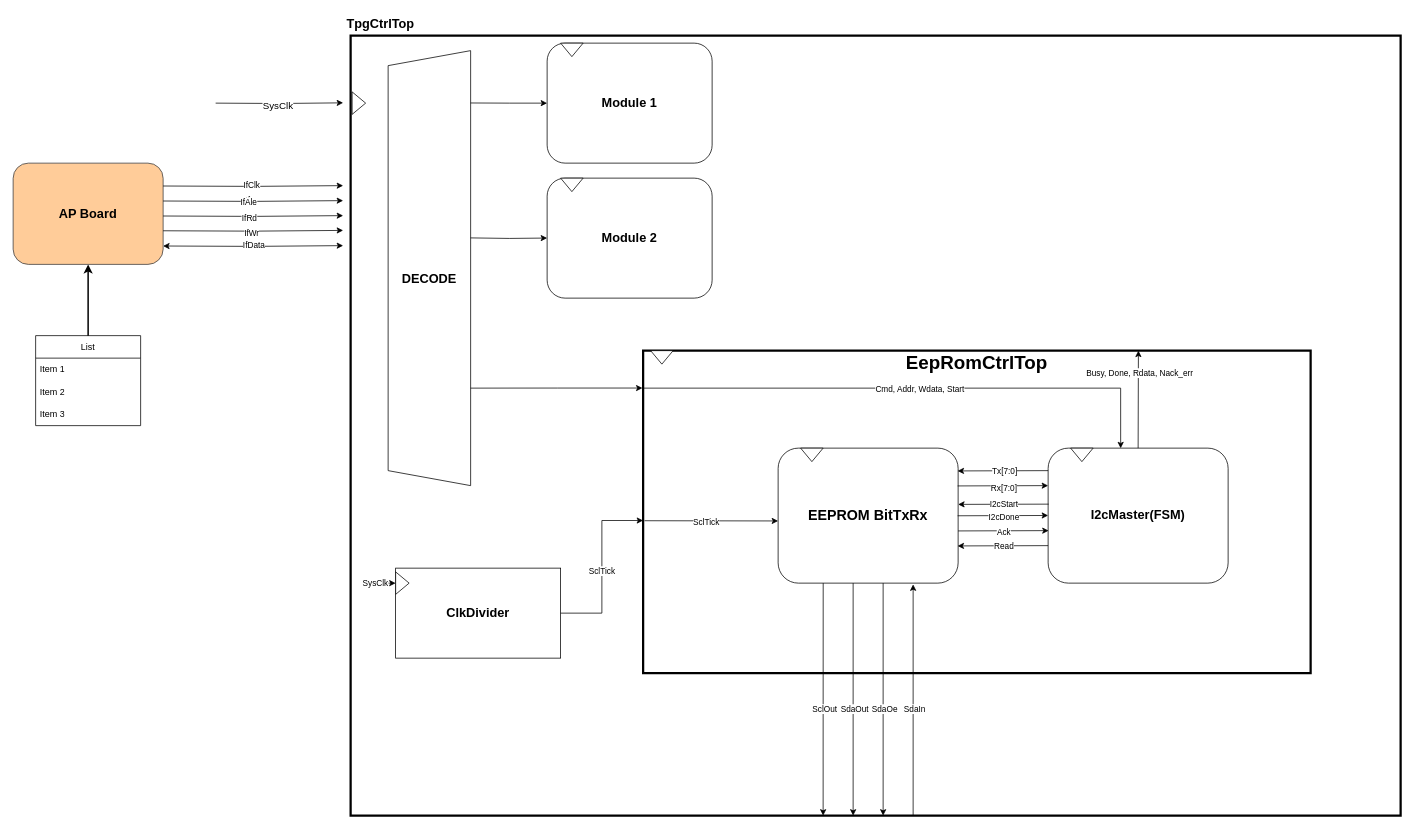
Before: 참고사항/TpgCtrlTop_Block_Diagram.drawio in chanwon1012-cmd/VHDL-EEPROM, a draw.io diagram. Source tidied: cells renumbered, new cells numbered last; positions are measured from the earlier drawing's top-left corner, leaving out a move shared by most shapes. Both pictures are drawn from the tidied source at 75%, with x=0, y=0 at pixel (13, 13).
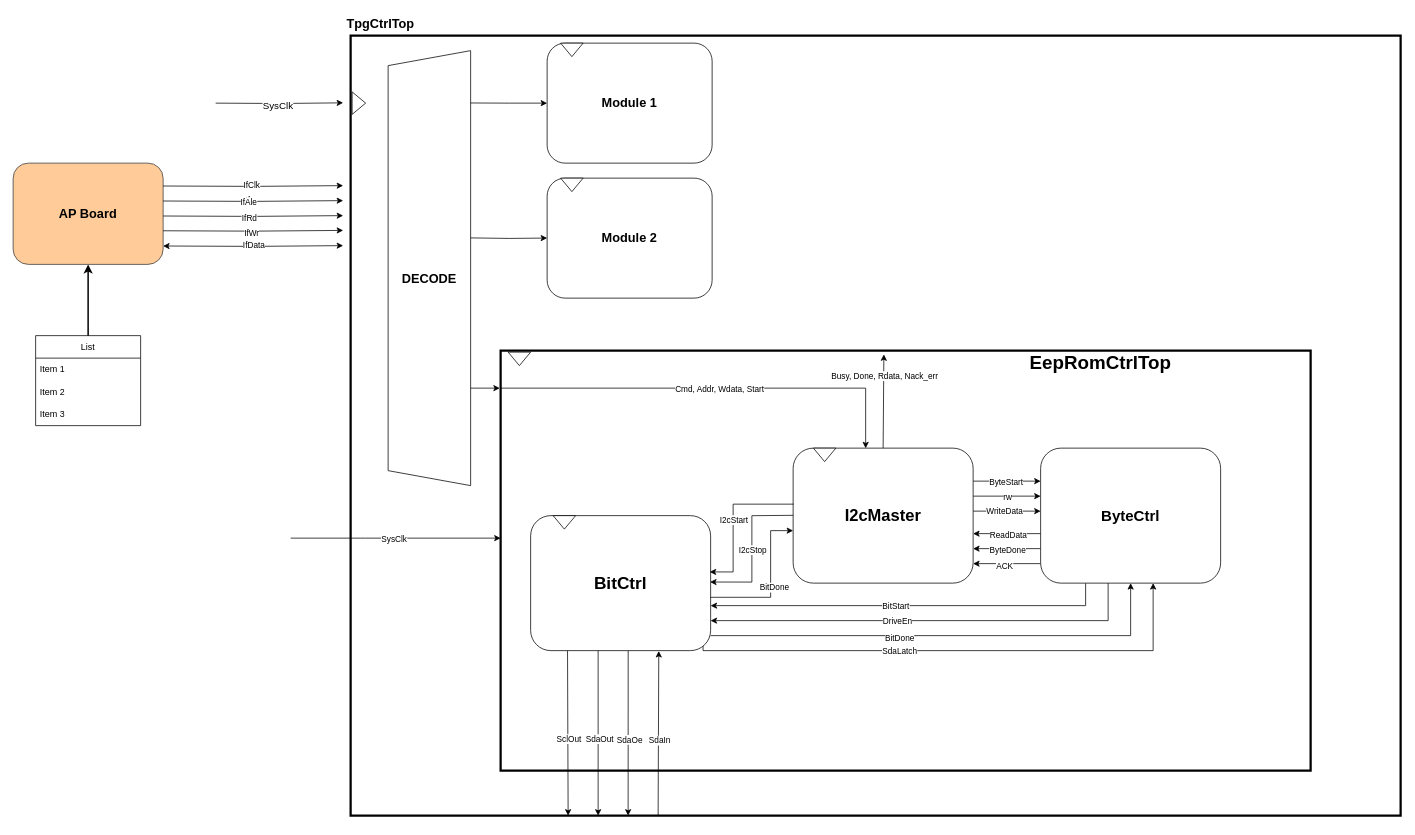
Above is the later version.

The edit, as a diff of the source:
```diff
@@
+    <mxCell id="29" style="rounded=0;whiteSpace=wrap;html=1;fillColor=none;strokeWidth=3;" parent="1" vertex="1">
+      <mxGeometry x="650" y="450" width="1080" height="560" as="geometry" />
+    </mxCell>
@@
-    <mxCell id="25" style="edgeStyle=orthogonalEdgeStyle;rounded=0;jettySize=auto;html=1;endArrow=none;endFill=0;startArrow=classic;startFill=1;" parent="1" edge="1" source="27">
+    <mxCell id="25" style="edgeStyle=orthogonalEdgeStyle;rounded=0;orthogonalLoop=1;jettySize=auto;html=1;endArrow=none;endFill=0;startArrow=classic;startFill=1;" parent="1" edge="1">
       <mxGeometry relative="1" as="geometry">
-        <mxPoint x="470" y="760" as="targetPoint" />
+        <mxPoint x="650" y="700" as="sourcePoint" />
+        <mxPoint x="370" y="700" as="targetPoint" />
         <Array as="points">
-          <mxPoint x="490" y="760" />
-          <mxPoint x="490" y="760" />
+          <mxPoint x="470" y="700" />
+          <mxPoint x="470" y="700" />
         </Array>
       </mxGeometry>
     </mxCell>
     <mxCell id="26" value="SysClk" style="edgeLabel;html=1;align=center;verticalAlign=middle;" parent="25" vertex="1">
-      <mxGeometry x="0.38" y="-1" relative="1" as="geometry" />
+      <mxGeometry x="0.38" y="-1" relative="1" as="geometry">
+        <mxPoint x="50" y="1" as="offset" />
+      </mxGeometry>
     </mxCell>
-    <mxCell id="27" value="&lt;b&gt;&lt;font style=&quot;font-size: 17px;&quot;&gt;ClkDivider&lt;/font&gt;&lt;/b&gt;" style="rounded=0;whiteSpace=wrap;html=1;" parent="1" vertex="1">
-      <mxGeometry x="510" y="740" width="220" height="120" as="geometry" />
-    </mxCell>
-    <mxCell id="28" style="group;" parent="1" vertex="1">
-      <mxGeometry x="840" y="440" width="890" height="430" as="geometry" />
-    </mxCell>
-    <mxCell id="29" style="rounded=0;whiteSpace=wrap;html=1;fillColor=none;strokeWidth=3;" parent="28" vertex="1">
-      <mxGeometry y="10" width="890" height="430" as="geometry" />
-    </mxCell>
-    <mxCell id="30" value="&lt;b style=&quot;&quot;&gt;&lt;font style=&quot;font-size: 25px;&quot;&gt;EepRomCtrlTop&lt;/font&gt;&lt;/b&gt;" style="text;html=1;whiteSpace=wrap;strokeColor=none;fillColor=none;align=center;verticalAlign=middle;rounded=0;" parent="28" vertex="1">
-      <mxGeometry x="415" y="10" width="60" height="30" as="geometry" />
-    </mxCell>
-    <mxCell id="31" value="&lt;font style=&quot;font-size: 17px;&quot;&gt;&lt;b&gt;I2cMaster(FSM)&lt;/b&gt;&lt;/font&gt;" style="rounded=1;whiteSpace=wrap;html=1;" parent="28" vertex="1">
-      <mxGeometry x="540" y="140" width="240" height="180" as="geometry" />
-    </mxCell>
-    <mxCell id="32" value="&lt;b&gt;&lt;font style=&quot;font-size: 19px;&quot;&gt;EEPROM BitTxRx&lt;/font&gt;&lt;/b&gt;" style="rounded=1;whiteSpace=wrap;html=1;" parent="28" vertex="1">
-      <mxGeometry x="180" y="140" width="240" height="180" as="geometry" />
-    </mxCell>
-    <mxCell id="33" style="endArrow=classic;html=1;rounded=0;exitX=0.002;exitY=0.553;exitDx=0;exitDy=0;exitPerimeter=0;" parent="28" edge="1">
-      <mxGeometry relative="1" as="geometry">
-        <mxPoint x="1.8" y="236.8" as="sourcePoint" />
-        <mxPoint x="180" y="237.1" as="targetPoint" />
-      </mxGeometry>
-    </mxCell>
-    <mxCell id="34" value="SclTick" style="edgeLabel;html=1;align=center;verticalAlign=middle;" parent="33" vertex="1">
-      <mxGeometry x="-0.08" y="-2" relative="1" as="geometry" />
-    </mxCell>
-    <mxCell id="35" style="endArrow=classic;html=1;rounded=0;entryX=0.998;entryY=0.325;entryDx=0;entryDy=0;entryPerimeter=0;exitX=0.001;exitY=0.323;exitDx=0;exitDy=0;exitPerimeter=0;" parent="28" edge="1">
-      <mxGeometry relative="1" as="geometry">
-        <mxPoint x="540" y="170" as="sourcePoint" />
-        <mxPoint x="419.3" y="170.4" as="targetPoint" />
-      </mxGeometry>
-    </mxCell>
-    <mxCell id="36" value="Tx[7:0]" style="edgeLabel;html=1;align=center;verticalAlign=middle;" parent="35" vertex="1">
-      <mxGeometry x="0.1" relative="1" as="geometry">
-        <mxPoint x="7" as="offset" />
-      </mxGeometry>
-    </mxCell>
-    <mxCell id="37" style="endArrow=none;html=1;rounded=0;entryX=0.998;entryY=0.325;entryDx=0;entryDy=0;entryPerimeter=0;exitX=0.001;exitY=0.323;exitDx=0;exitDy=0;exitPerimeter=0;startArrow=classic;startFill=1;endFill=0;" parent="28" edge="1">
-      <mxGeometry relative="1" as="geometry">
-        <mxPoint x="540" y="190" as="sourcePoint" />
-        <mxPoint x="419.3" y="190.4" as="targetPoint" />
-      </mxGeometry>
-    </mxCell>
-    <mxCell id="38" value="Rx[7:0]" style="edgeLabel;html=1;align=center;verticalAlign=middle;" parent="37" vertex="1">
-      <mxGeometry x="0.18" y="2" relative="1" as="geometry">
-        <mxPoint x="11" as="offset" />
-      </mxGeometry>
-    </mxCell>
-    <mxCell id="39" style="endArrow=classic;html=1;rounded=0;entryX=0.998;entryY=0.325;entryDx=0;entryDy=0;entryPerimeter=0;exitX=0.001;exitY=0.323;exitDx=0;exitDy=0;exitPerimeter=0;" parent="28" edge="1">
-      <mxGeometry relative="1" as="geometry">
-        <mxPoint x="540.7" y="214.7" as="sourcePoint" />
-        <mxPoint x="420" y="215" as="targetPoint" />
-      </mxGeometry>
-    </mxCell>
-    <mxCell id="40" value="I2cStart" style="edgeLabel;html=1;align=center;verticalAlign=middle;" parent="39" vertex="1">
-      <mxGeometry relative="1" as="geometry" />
-    </mxCell>
-    <mxCell id="41" style="triangle;whiteSpace=wrap;html=1;shapeInside=1;direction=south;" parent="28" vertex="1">
-      <mxGeometry x="570" y="140" width="30" height="18" as="geometry" />
-    </mxCell>
-    <mxCell id="42" style="triangle;whiteSpace=wrap;html=1;shapeInside=1;direction=south;" parent="28" vertex="1">
-      <mxGeometry x="210" y="140" width="30" height="18" as="geometry" />
-    </mxCell>
-    <mxCell id="43" style="triangle;whiteSpace=wrap;html=1;shapeInside=1;direction=south;" parent="28" vertex="1">
-      <mxGeometry x="10" y="10" width="30" height="18" as="geometry" />
-    </mxCell>
-    <mxCell id="44" style="endArrow=none;html=1;rounded=0;entryX=0.998;entryY=0.325;entryDx=0;entryDy=0;entryPerimeter=0;exitX=0.001;exitY=0.323;exitDx=0;exitDy=0;exitPerimeter=0;startArrow=classic;startFill=1;endFill=0;" parent="28" edge="1">
-      <mxGeometry relative="1" as="geometry">
-        <mxPoint x="540.7" y="250" as="sourcePoint" />
-        <mxPoint x="420" y="250.4" as="targetPoint" />
-      </mxGeometry>
-    </mxCell>
-    <mxCell id="45" value="Ack" style="edgeLabel;html=1;align=center;verticalAlign=middle;" parent="44" vertex="1">
-      <mxGeometry x="0.05" y="1" relative="1" as="geometry">
-        <mxPoint x="3" as="offset" />
-      </mxGeometry>
-    </mxCell>
-    <mxCell id="46" style="endArrow=classic;html=1;rounded=0;entryX=0.998;entryY=0.325;entryDx=0;entryDy=0;entryPerimeter=0;exitX=0.001;exitY=0.323;exitDx=0;exitDy=0;exitPerimeter=0;startArrow=none;startFill=0;endFill=1;" parent="28" edge="1">
-      <mxGeometry relative="1" as="geometry">
-        <mxPoint x="540" y="270" as="sourcePoint" />
-        <mxPoint x="419.3" y="270.4" as="targetPoint" />
-      </mxGeometry>
-    </mxCell>
-    <mxCell id="47" value="Read" style="edgeLabel;html=1;align=center;verticalAlign=middle;" parent="46" vertex="1">
-      <mxGeometry relative="1" as="geometry" />
-    </mxCell>
-    <mxCell id="48" style="endArrow=none;html=1;rounded=0;entryX=0.998;entryY=0.325;entryDx=0;entryDy=0;entryPerimeter=0;exitX=0.001;exitY=0.323;exitDx=0;exitDy=0;exitPerimeter=0;startArrow=classic;startFill=1;endFill=0;" parent="28" edge="1">
-      <mxGeometry relative="1" as="geometry">
-        <mxPoint x="540" y="229.8" as="sourcePoint" />
-        <mxPoint x="419.3" y="230.2" as="targetPoint" />
-      </mxGeometry>
-    </mxCell>
-    <mxCell id="49" value="I2cDone" style="edgeLabel;html=1;align=center;verticalAlign=middle;" parent="48" vertex="1">
-      <mxGeometry x="0.05" y="1" relative="1" as="geometry">
-        <mxPoint x="3" as="offset" />
-      </mxGeometry>
-    </mxCell>
-    <mxCell id="50" style="endArrow=classic;html=1;rounded=0;entryX=0.742;entryY=0;entryDx=0;entryDy=0;entryPerimeter=0;" parent="28" edge="1" target="29">
-      <mxGeometry relative="1" as="geometry">
-        <mxPoint x="660" y="140" as="sourcePoint" />
-      </mxGeometry>
-    </mxCell>
-    <mxCell id="51" value="Busy, Done, Rdata, Nack_err" style="edgeLabel;html=1;align=center;verticalAlign=middle;" parent="50" vertex="1">
-      <mxGeometry x="0.55" y="-1" relative="1" as="geometry" />
-    </mxCell>
@@
-    <mxCell id="54" style="triangle;whiteSpace=wrap;html=1;shapeInside=1;" parent="1" vertex="1">
-      <mxGeometry x="510" y="745" width="18" height="30" as="geometry" />
-    </mxCell>
-    <mxCell id="55" style="edgeStyle=orthogonalEdgeStyle;rounded=0;jettySize=auto;html=1;" parent="1" edge="1" source="27">
-      <mxGeometry relative="1" as="geometry">
-        <mxPoint x="840" y="676.5" as="targetPoint" />
-        <Array as="points">
-          <mxPoint x="785" y="800" />
-          <mxPoint x="785" y="676.5" />
-        </Array>
-      </mxGeometry>
-    </mxCell>
-    <mxCell id="56" value="SclTick" style="edgeLabel;html=1;align=center;verticalAlign=middle;" parent="55" vertex="1">
-      <mxGeometry x="-0.04" y="1" relative="1" as="geometry" />
-    </mxCell>
@@
-    <mxCell id="61" style="edgeStyle=orthogonalEdgeStyle;rounded=0;jettySize=auto;html=1;exitX=-0.001;exitY=0.116;exitDx=0;exitDy=0;startArrow=classic;startFill=1;endArrow=none;endFill=0;exitPerimeter=0;" parent="1" edge="1" source="29">
+    <mxCell id="61" style="edgeStyle=orthogonalEdgeStyle;rounded=0;orthogonalLoop=1;jettySize=auto;html=1;startArrow=classic;startFill=1;endArrow=none;endFill=0;" parent="1" edge="1">
       <mxGeometry relative="1" as="geometry">
+        <mxPoint x="648.9" y="500" as="sourcePoint" />
         <mxPoint x="610" y="500" as="targetPoint" />
+        <Array as="points">
+          <mxPoint x="648.9" y="500" />
+        </Array>
       </mxGeometry>
     </mxCell>
-    <mxCell id="62" style="endArrow=classic;html=1;rounded=0;startArrow=none;startFill=0;" parent="1" edge="1">
+    <mxCell id="62" style="endArrow=classic;html=1;rounded=0;startArrow=none;startFill=0;exitX=0.375;exitY=0.98;exitDx=0;exitDy=0;exitPerimeter=0;" parent="1" edge="1" source="32">
       <mxGeometry relative="1" as="geometry">
-        <mxPoint x="1120" y="760" as="sourcePoint" />
-        <mxPoint x="1120" y="1070" as="targetPoint" />
+        <mxPoint x="780" y="1070" as="targetPoint" />
       </mxGeometry>
     </mxCell>
@@
-    <mxCell id="64" style="endArrow=classic;html=1;rounded=0;" parent="1" edge="1">
+    <mxCell id="64" style="endArrow=classic;html=1;rounded=0;exitX=0.205;exitY=0.984;exitDx=0;exitDy=0;exitPerimeter=0;" parent="1" edge="1" source="32">
       <mxGeometry relative="1" as="geometry">
-        <mxPoint x="1080.1" y="760" as="sourcePoint" />
-        <mxPoint x="1080" y="1070" as="targetPoint" />
+        <mxPoint x="740" y="1070" as="targetPoint" />
       </mxGeometry>
     </mxCell>
@@
-    <mxCell id="66" style="endArrow=classic;html=1;rounded=0;startArrow=none;startFill=0;" parent="1" edge="1">
+    <mxCell id="66" style="endArrow=classic;html=1;rounded=0;startArrow=none;startFill=0;exitX=0.542;exitY=0.998;exitDx=0;exitDy=0;exitPerimeter=0;" parent="1" edge="1" source="32">
       <mxGeometry relative="1" as="geometry">
-        <mxPoint x="1160" y="760" as="sourcePoint" />
-        <mxPoint x="1160" y="1070" as="targetPoint" />
+        <mxPoint x="820" y="1070" as="targetPoint" />
       </mxGeometry>
     </mxCell>
@@
-    <mxCell id="68" style="endArrow=none;html=1;rounded=0;startArrow=classic;startFill=1;endFill=0;" parent="1" edge="1">
+    <mxCell id="68" style="endArrow=none;html=1;rounded=0;startArrow=classic;startFill=1;endFill=0;exitX=0.712;exitY=1.003;exitDx=0;exitDy=0;exitPerimeter=0;" parent="1" edge="1" source="32">
       <mxGeometry relative="1" as="geometry">
-        <mxPoint x="1200" y="761.7" as="sourcePoint" />
-        <mxPoint x="1200" y="1070" as="targetPoint" />
+        <mxPoint x="860" y="1070" as="targetPoint" />
       </mxGeometry>
     </mxCell>
@@
     <mxCell id="70" style="edgeStyle=orthogonalEdgeStyle;rounded=0;jettySize=auto;html=1;exitX=0.403;exitY=0.001;exitDx=0;exitDy=0;startArrow=classic;startFill=1;endArrow=none;endFill=0;exitPerimeter=0;" parent="1" edge="1" source="31">
       <mxGeometry relative="1" as="geometry">
-        <mxPoint x="840" y="500" as="targetPoint" />
+        <mxPoint x="650" y="500" as="targetPoint" />
         <Array as="points">
-          <mxPoint x="1476.7" y="500" />
+          <mxPoint x="1136.7" y="500" />
         </Array>
       </mxGeometry>
     </mxCell>
@@
+    <mxCell id="30" value="&lt;b style=&quot;&quot;&gt;&lt;font style=&quot;font-size: 25px;&quot;&gt;EepRomCtrlTop&lt;/font&gt;&lt;/b&gt;" style="text;html=1;whiteSpace=wrap;strokeColor=none;fillColor=none;align=center;verticalAlign=middle;rounded=0;" parent="1" vertex="1">
+      <mxGeometry x="1420" y="450" width="60" height="30" as="geometry" />
+    </mxCell>
+    <mxCell id="72" style="edgeStyle=orthogonalEdgeStyle;rounded=0;jettySize=auto;html=1;" parent="1" edge="1" source="31" target="90">
+      <mxGeometry relative="1" as="geometry">
+        <Array as="points">
+          <mxPoint x="1310" y="624" />
+          <mxPoint x="1310" y="624" />
+        </Array>
+      </mxGeometry>
+    </mxCell>
+    <mxCell id="73" value="ByteStart" style="edgeLabel;html=1;align=center;verticalAlign=middle;" parent="72" vertex="1">
+      <mxGeometry x="-0.04" relative="1" as="geometry" />
+    </mxCell>
+    <mxCell id="74" style="edgeStyle=orthogonalEdgeStyle;rounded=0;orthogonalLoop=1;jettySize=auto;html=1;" parent="1" edge="1">
+      <mxGeometry relative="1" as="geometry">
+        <mxPoint x="1280" y="644" as="sourcePoint" />
+        <mxPoint x="1370" y="644" as="targetPoint" />
+      </mxGeometry>
+    </mxCell>
+    <mxCell id="75" value="rw" style="edgeLabel;html=1;align=center;verticalAlign=middle;" parent="74" vertex="1">
+      <mxGeometry x="-0.01" relative="1" as="geometry" />
+    </mxCell>
+    <mxCell id="76" style="edgeStyle=orthogonalEdgeStyle;rounded=0;orthogonalLoop=1;jettySize=auto;html=1;" parent="1" edge="1">
+      <mxGeometry relative="1" as="geometry">
+        <mxPoint x="1280" y="664" as="sourcePoint" />
+        <mxPoint x="1370" y="664" as="targetPoint" />
+      </mxGeometry>
+    </mxCell>
+    <mxCell id="77" value="WriteData" style="edgeLabel;html=1;align=center;verticalAlign=middle;" parent="76" vertex="1">
+      <mxGeometry x="-0.09" y="1" relative="1" as="geometry" />
+    </mxCell>
+    <mxCell id="78" style="edgeStyle=orthogonalEdgeStyle;rounded=0;orthogonalLoop=1;jettySize=auto;html=1;startArrow=classic;startFill=1;endArrow=none;endFill=0;" parent="1" edge="1">
+      <mxGeometry relative="1" as="geometry">
+        <mxPoint x="1280" y="714" as="sourcePoint" />
+        <mxPoint x="1370" y="714" as="targetPoint" />
+      </mxGeometry>
+    </mxCell>
+    <mxCell id="79" value="ByteDone" style="edgeLabel;html=1;align=center;verticalAlign=middle;" parent="78" vertex="1">
+      <mxGeometry x="-0.01" y="-1" relative="1" as="geometry" />
+    </mxCell>
+    <mxCell id="80" style="edgeStyle=orthogonalEdgeStyle;rounded=0;jettySize=auto;html=1;startArrow=classic;startFill=1;endArrow=none;endFill=0;" parent="1" edge="1" source="31" target="90">
+      <mxGeometry relative="1" as="geometry">
+        <Array as="points">
+          <mxPoint x="1330" y="734" />
+          <mxPoint x="1330" y="734" />
+        </Array>
+      </mxGeometry>
+    </mxCell>
+    <mxCell id="81" value="ACK" style="edgeLabel;html=1;align=center;verticalAlign=middle;" parent="80" vertex="1">
+      <mxGeometry x="-0.08" y="-2" relative="1" as="geometry" />
+    </mxCell>
+    <mxCell id="82" style="edgeStyle=orthogonalEdgeStyle;rounded=0;jettySize=auto;html=1;startArrow=classic;startFill=1;endArrow=none;endFill=0;" parent="1" edge="1" source="31" target="90">
+      <mxGeometry relative="1" as="geometry">
+        <Array as="points">
+          <mxPoint x="1340" y="694" />
+          <mxPoint x="1340" y="694" />
+        </Array>
+      </mxGeometry>
+    </mxCell>
+    <mxCell id="83" value="ReadData" style="edgeLabel;html=1;align=center;verticalAlign=middle;" parent="82" vertex="1">
+      <mxGeometry x="0.02" y="-1" relative="1" as="geometry" />
+    </mxCell>
+    <mxCell id="31" value="&lt;font style=&quot;font-size: 22px;&quot;&gt;&lt;b style=&quot;&quot;&gt;I2cMaster&lt;/b&gt;&lt;/font&gt;" style="rounded=1;whiteSpace=wrap;html=1;" parent="1" vertex="1">
+      <mxGeometry x="1040" y="580" width="240" height="180" as="geometry" />
+    </mxCell>
+    <mxCell id="84" style="edgeStyle=orthogonalEdgeStyle;rounded=0;jettySize=auto;html=1;exitX=0.958;exitY=0.944;exitDx=0;exitDy=0;exitPerimeter=0;" parent="1" edge="1" source="32" target="90">
+      <mxGeometry relative="1" as="geometry">
+        <Array as="points">
+          <mxPoint x="919.9" y="850" />
+          <mxPoint x="1520" y="850" />
+        </Array>
+      </mxGeometry>
+    </mxCell>
+    <mxCell id="85" value="SdaLatch" style="edgeLabel;html=1;align=center;verticalAlign=middle;" parent="84" vertex="1">
+      <mxGeometry x="0.35" y="-2" relative="1" as="geometry">
+        <mxPoint x="-201" y="-2" as="offset" />
+      </mxGeometry>
+    </mxCell>
+    <mxCell id="32" value="&lt;b&gt;&lt;font style=&quot;font-size: 23px;&quot;&gt;BitCtrl&lt;/font&gt;&lt;/b&gt;" style="rounded=1;whiteSpace=wrap;html=1;" parent="1" vertex="1">
+      <mxGeometry x="690" y="670" width="240" height="180" as="geometry" />
+    </mxCell>
+    <mxCell id="39" style="endArrow=classic;html=1;rounded=0;entryX=0.995;entryY=0.417;entryDx=0;entryDy=0;entryPerimeter=0;exitX=0.001;exitY=0.323;exitDx=0;exitDy=0;exitPerimeter=0;strokeColor=default;edgeStyle=orthogonalEdgeStyle;strokeWidth=1;" parent="1" edge="1" target="32">
+      <mxGeometry relative="1" as="geometry">
+        <mxPoint x="1040.7" y="654.7" as="sourcePoint" />
+        <Array as="points">
+          <mxPoint x="960" y="654.7" />
+          <mxPoint x="960" y="745.1" />
+        </Array>
+      </mxGeometry>
+    </mxCell>
+    <mxCell id="40" value="I2cStart" style="edgeLabel;html=1;align=center;verticalAlign=middle;" parent="39" vertex="1">
+      <mxGeometry relative="1" as="geometry" />
+    </mxCell>
+    <mxCell id="41" style="triangle;whiteSpace=wrap;html=1;shapeInside=1;direction=south;" parent="1" vertex="1">
+      <mxGeometry x="1067" y="580" width="30" height="18" as="geometry" />
+    </mxCell>
+    <mxCell id="42" style="triangle;whiteSpace=wrap;html=1;shapeInside=1;direction=south;" parent="1" vertex="1">
+      <mxGeometry x="720" y="670" width="30" height="18" as="geometry" />
+    </mxCell>
+    <mxCell id="43" style="triangle;whiteSpace=wrap;html=1;shapeInside=1;direction=south;" parent="1" vertex="1">
+      <mxGeometry x="660" y="452" width="30" height="18" as="geometry" />
+    </mxCell>
+    <mxCell id="48" style="endArrow=none;html=1;rounded=0;entryX=0.999;entryY=0.605;entryDx=0;entryDy=0;entryPerimeter=0;exitX=0.001;exitY=0.323;exitDx=0;exitDy=0;exitPerimeter=0;startArrow=classic;startFill=1;endFill=0;strokeColor=default;edgeStyle=orthogonalEdgeStyle;strokeWidth=1;" parent="1" edge="1" target="32">
+      <mxGeometry relative="1" as="geometry">
+        <mxPoint x="1040" y="690" as="sourcePoint" />
+        <Array as="points">
+          <mxPoint x="1010" y="690" />
+          <mxPoint x="1010" y="778.9" />
+        </Array>
+      </mxGeometry>
+    </mxCell>
+    <mxCell id="49" value="BitDone" style="edgeLabel;html=1;align=center;verticalAlign=middle;" parent="48" vertex="1">
+      <mxGeometry x="0.05" y="1" relative="1" as="geometry">
+        <mxPoint x="3" as="offset" />
+      </mxGeometry>
+    </mxCell>
+    <mxCell id="50" style="endArrow=classic;html=1;rounded=0;entryX=0.788;entryY=0.009;entryDx=0;entryDy=0;entryPerimeter=0;exitX=0.5;exitY=0;exitDx=0;exitDy=0;" parent="1" edge="1" source="31">
+      <mxGeometry relative="1" as="geometry">
+        <mxPoint x="1161" y="455" as="targetPoint" />
+      </mxGeometry>
+    </mxCell>
+    <mxCell id="51" value="Busy, Done, Rdata, Nack_err" style="edgeLabel;html=1;align=center;verticalAlign=middle;" parent="50" vertex="1">
+      <mxGeometry x="0.55" y="-1" relative="1" as="geometry" />
+    </mxCell>
+    <mxCell id="86" style="endArrow=classic;html=1;rounded=0;entryX=0.997;entryY=0.492;entryDx=0;entryDy=0;entryPerimeter=0;exitX=0.001;exitY=0.323;exitDx=0;exitDy=0;exitPerimeter=0;strokeColor=default;edgeStyle=orthogonalEdgeStyle;strokeWidth=1;" parent="1" edge="1" target="32">
+      <mxGeometry relative="1" as="geometry">
+        <mxPoint x="1040" y="669.6" as="sourcePoint" />
+      </mxGeometry>
+    </mxCell>
+    <mxCell id="87" value="I2cStop" style="edgeLabel;html=1;align=center;verticalAlign=middle;" parent="86" vertex="1">
+      <mxGeometry relative="1" as="geometry" />
+    </mxCell>
+    <mxCell id="88" style="edgeStyle=orthogonalEdgeStyle;rounded=0;jettySize=auto;html=1;" parent="1" edge="1" source="90">
+      <mxGeometry relative="1" as="geometry">
+        <mxPoint x="930" y="790" as="targetPoint" />
+        <Array as="points">
+          <mxPoint x="1430" y="790" />
+          <mxPoint x="930" y="790" />
+        </Array>
+      </mxGeometry>
+    </mxCell>
+    <mxCell id="89" value="BitStart" style="edgeLabel;html=1;align=center;verticalAlign=middle;" parent="88" vertex="1">
+      <mxGeometry x="0.07" relative="1" as="geometry" />
+    </mxCell>
+    <mxCell id="90" value="&lt;font style=&quot;font-size: 20px;&quot;&gt;&lt;b&gt;ByteCtrl&lt;/b&gt;&lt;/font&gt;" style="rounded=1;whiteSpace=wrap;html=1;" parent="1" vertex="1">
+      <mxGeometry x="1370" y="580" width="240" height="180" as="geometry" />
+    </mxCell>
+    <mxCell id="91" style="edgeStyle=orthogonalEdgeStyle;rounded=0;jettySize=auto;html=1;" parent="1" edge="1" source="90" target="32">
+      <mxGeometry relative="1" as="geometry">
+        <Array as="points">
+          <mxPoint x="1460" y="810" />
+        </Array>
+      </mxGeometry>
+    </mxCell>
+    <mxCell id="92" value="DriveEn" style="edgeLabel;html=1;align=center;verticalAlign=middle;" parent="91" vertex="1">
+      <mxGeometry x="0.14" relative="1" as="geometry">
+        <mxPoint x="-1" as="offset" />
+      </mxGeometry>
+    </mxCell>
+    <mxCell id="93" style="edgeStyle=orthogonalEdgeStyle;rounded=0;jettySize=auto;html=1;startArrow=classic;startFill=1;endArrow=none;endFill=0;" parent="1" edge="1" source="90">
+      <mxGeometry relative="1" as="geometry">
+        <mxPoint x="930" y="830" as="targetPoint" />
+        <Array as="points">
+          <mxPoint x="1490" y="830" />
+        </Array>
+      </mxGeometry>
+    </mxCell>
+    <mxCell id="94" value="BitDone" style="edgeLabel;html=1;align=center;verticalAlign=middle;" parent="93" vertex="1">
+      <mxGeometry x="-0.09" y="3" relative="1" as="geometry">
+        <mxPoint x="-92" as="offset" />
+      </mxGeometry>
+    </mxCell>
```
